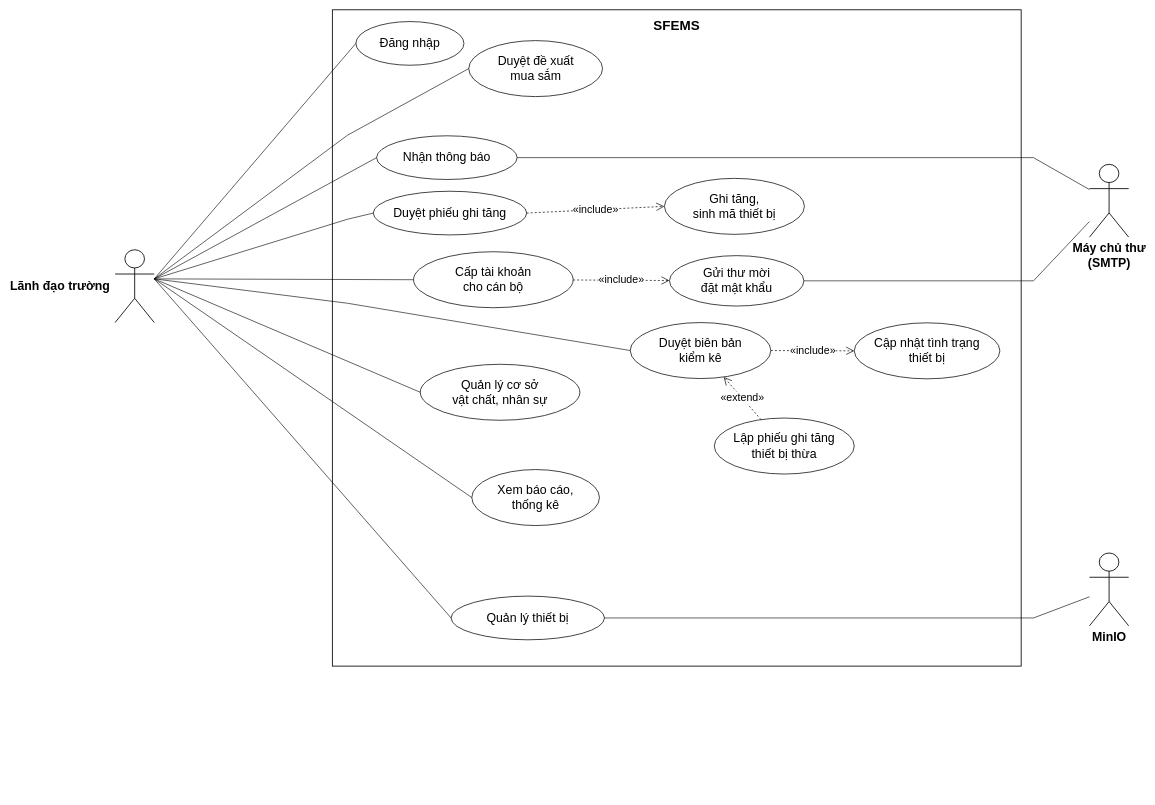
Above: docs/VN/diagram/Report 3/05 Use case/05 Lanh dao truong.drawio in LuuDong2004/SEP490_G123_SFEMS (draw.io), before the change. Source tidied: cells renumbered, new cells numbered last; positions are measured from the earlier drawing's top-left corner, leaving out a move shared by most shapes. Both pictures are drawn from the tidied source at 56%, with x=0, y=0 at pixel (115, 10).
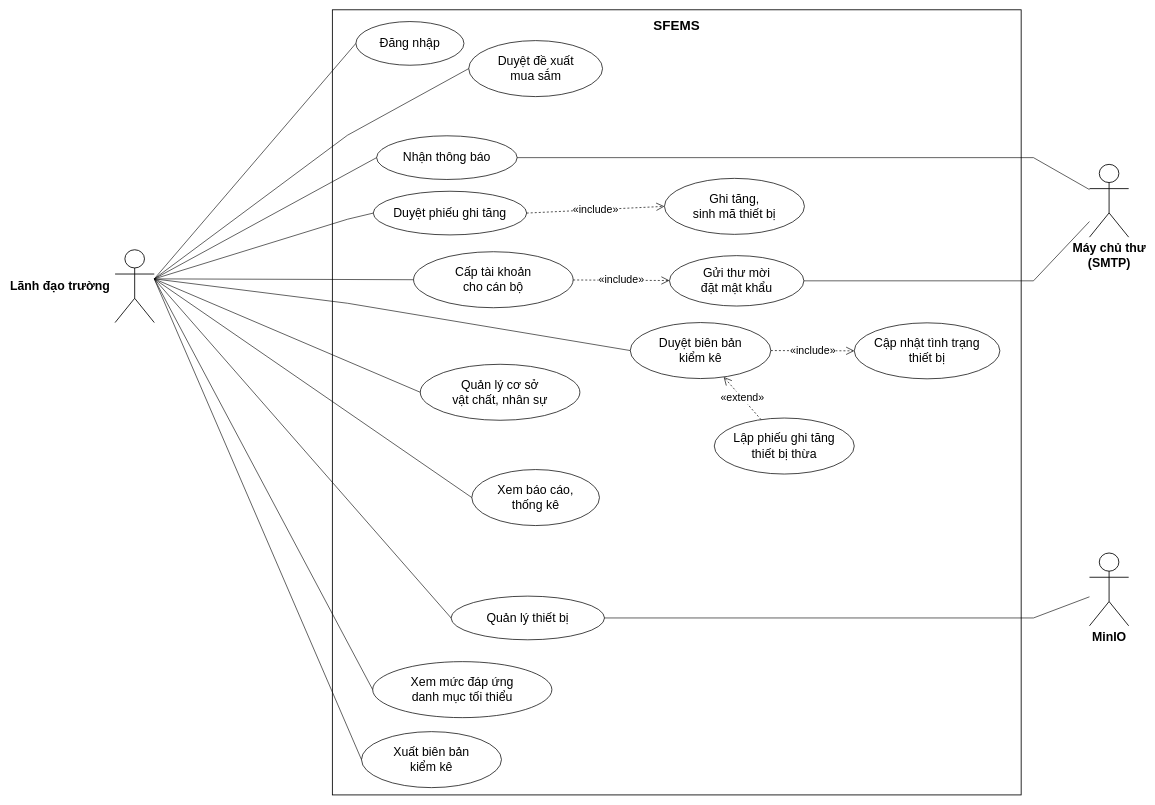
After the change.

The change refers to these unchanged cells:
```xml
<mxCell id="3" value="Lãnh đạo trường" style="shape=umlActor;labelPosition=left;align=right;verticalLabelPosition=middle;verticalAlign=middle;spacingRight=8;html=1;outlineConnect=0;fontSize=22;fontStyle=1;fontFamily=Arial;strokeWidth=1.5;" parent="1" vertex="1">
  <mxGeometry y="428.5" width="70" height="130" as="geometry" />
</mxCell>
```

The edit, as a diff of the source:
```diff
@@
     <mxCell id="2" value="SFEMS" style="rounded=0;whiteSpace=wrap;html=1;fillColor=none;strokeColor=#000000;strokeWidth=1.5;verticalAlign=top;fontSize=24;fontStyle=1;fontFamily=Arial;spacingTop=8;" parent="1" vertex="1">
-      <mxGeometry x="388" width="1230" height="1172" as="geometry" />
+      <mxGeometry x="388" width="1230" height="1402" as="geometry" />
     </mxCell>
@@
+    <mxCell id="35" value="Xem mức đáp ứng&lt;br&gt;danh mục tối thiểu" style="ellipse;whiteSpace=wrap;html=1;fillColor=#FFFFFF;strokeColor=#000000;strokeWidth=1.3;fontSize=22;fontFamily=Arial;" parent="1" vertex="1">
+      <mxGeometry x="460" y="1164" width="320" height="100" as="geometry" />
+    </mxCell>
+    <mxCell id="36" style="endArrow=none;html=1;rounded=0;strokeWidth=1.1;strokeColor=#000000;exitX=1;exitY=0.4;exitDx=0;exitDy=0;entryX=0;entryY=0.5;entryDx=0;entryDy=0;" parent="1" edge="1" source="3" target="35">
+      <mxGeometry relative="1" as="geometry" />
+    </mxCell>
+    <mxCell id="37" value="Xuất biên bản&lt;br&gt;kiểm kê" style="ellipse;whiteSpace=wrap;html=1;fillColor=#FFFFFF;strokeColor=#000000;strokeWidth=1.3;fontSize=22;fontFamily=Arial;" parent="1" vertex="1">
+      <mxGeometry x="440" y="1289" width="250" height="100" as="geometry" />
+    </mxCell>
+    <mxCell id="38" style="endArrow=none;html=1;rounded=0;strokeWidth=1.1;strokeColor=#000000;exitX=1;exitY=0.4;exitDx=0;exitDy=0;entryX=0;entryY=0.5;entryDx=0;entryDy=0;" parent="1" edge="1" source="3" target="37">
+      <mxGeometry relative="1" as="geometry" />
+    </mxCell>
```
